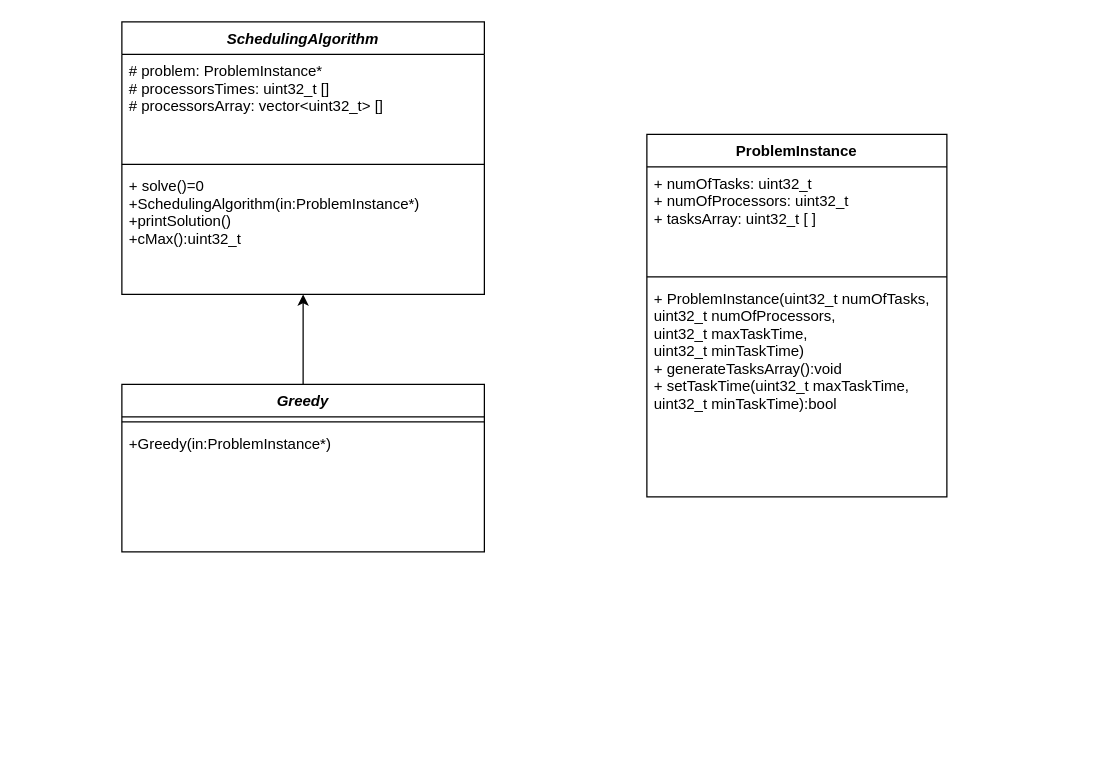
This is ClassDiagram.drawio from linek150/TasksSchedulingMetaheurystic, a draw.io file, before an edit. Source tidied: cells renumbered, new cells numbered last; positions are measured from the earlier drawing's top-left corner, leaving out a move shared by most shapes. Both pictures are drawn from the tidied source at 125%, with x=0, y=0 at pixel (121, 21).
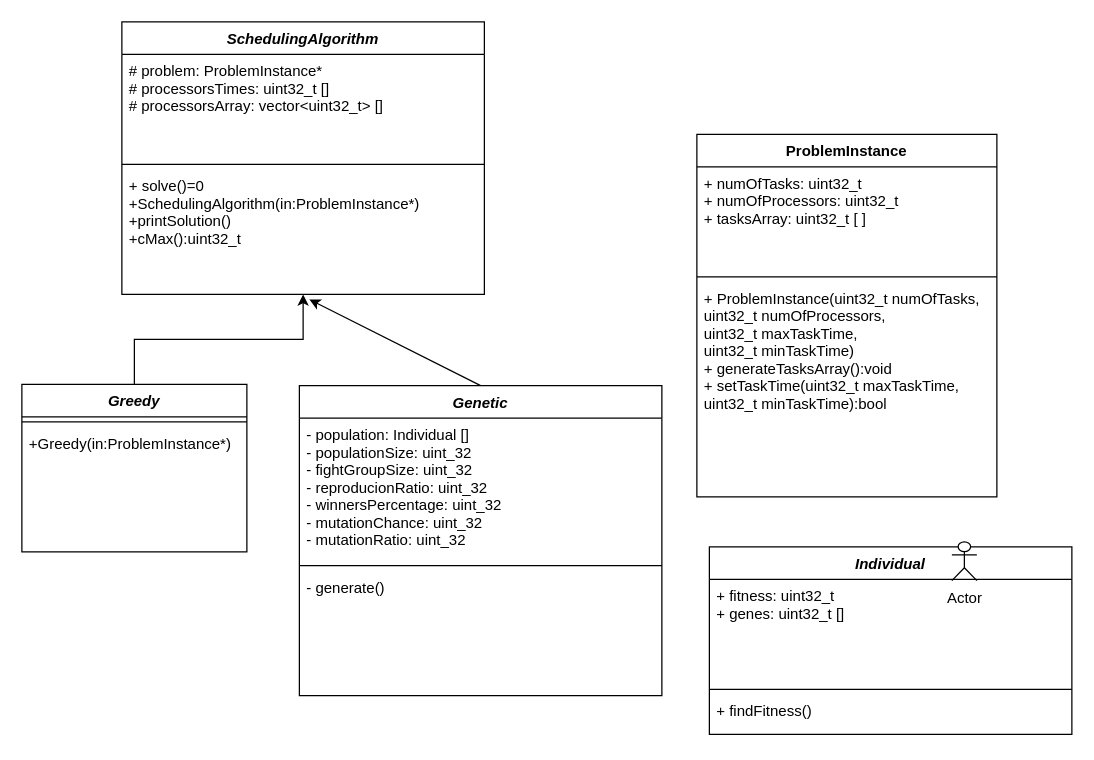
The same diagram, later.

Unchanged cells that the change refers to:
```xml
<mxCell id="9" value="+ solve()=0&#10;+SchedulingAlgorithm(in:ProblemInstance*)&#10;+printSolution()&#10;+cMax():uint32_t&#10;&#10;" style="text;strokeColor=none;fillColor=none;align=left;verticalAlign=top;spacingLeft=4;spacingRight=4;overflow=hidden;points=[[0,0.5],[1,0.5]];portConstraint=eastwest;fontStyle=0;" parent="6" vertex="1">
  <mxGeometry y="118" width="290" height="100" as="geometry" />
</mxCell>
```

The edit, as a diff of the source:
```diff
@@
-    <mxCell id="3" value="Greedy" style="swimlane;fontStyle=3;align=center;verticalAlign=top;horizontal=1;startSize=26;" parent="1" vertex="1">
-      <mxGeometry y="290" width="290" height="134" as="geometry" />
-    </mxCell>
-    <mxCell id="4" style="line;strokeWidth=1;fillColor=none;align=left;verticalAlign=middle;spacingTop=-1;spacingLeft=3;spacingRight=3;labelPosition=right;" parent="3" vertex="1">
-      <mxGeometry y="26" width="290" height="8" as="geometry" />
-    </mxCell>
-    <mxCell id="5" value="+Greedy(in:ProblemInstance*)" style="text;strokeColor=none;fillColor=none;align=left;verticalAlign=top;spacingLeft=4;spacingRight=4;overflow=hidden;fontStyle=0;" parent="3" vertex="1">
-      <mxGeometry y="34" width="290" height="100" as="geometry" />
-    </mxCell>
@@
     <mxCell id="10" value="ProblemInstance&#10;" style="swimlane;fontStyle=1;align=center;verticalAlign=top;horizontal=1;startSize=26;" parent="1" vertex="1">
-      <mxGeometry x="420" y="90" width="240" height="290" as="geometry" />
+      <mxGeometry x="460" y="90" width="240" height="290" as="geometry" />
     </mxCell>
@@
+    <mxCell id="3" value="Greedy" style="swimlane;fontStyle=3;align=center;verticalAlign=top;horizontal=1;startSize=26;" parent="1" vertex="1">
+      <mxGeometry x="-80" y="290" width="180" height="134" as="geometry" />
+    </mxCell>
+    <mxCell id="4" style="line;strokeWidth=1;fillColor=none;align=left;verticalAlign=middle;spacingTop=-1;spacingLeft=3;spacingRight=3;labelPosition=right;" parent="3" vertex="1">
+      <mxGeometry y="26" width="180" height="8" as="geometry" />
+    </mxCell>
+    <mxCell id="5" value="+Greedy(in:ProblemInstance*)" style="text;strokeColor=none;fillColor=none;align=left;verticalAlign=top;spacingLeft=4;spacingRight=4;overflow=hidden;fontStyle=0;" parent="3" vertex="1">
+      <mxGeometry y="34" width="180" height="100" as="geometry" />
+    </mxCell>
+    <mxCell id="14" value="Genetic" style="swimlane;fontStyle=3;align=center;verticalAlign=top;horizontal=1;startSize=26;" parent="1" vertex="1">
+      <mxGeometry x="142" y="291" width="290" height="248" as="geometry" />
+    </mxCell>
+    <mxCell id="15" value="- population: Individual []&#10;- populationSize: uint_32&#10;- fightGroupSize: uint_32&#10;- reproducionRatio: uint_32&#10;- winnersPercentage: uint_32&#10;- mutationChance: uint_32&#10;- mutationRatio: uint_32" style="text;strokeColor=none;fillColor=none;align=left;verticalAlign=top;spacingLeft=4;spacingRight=4;overflow=hidden;" parent="14" vertex="1">
+      <mxGeometry y="26" width="290" height="114" as="geometry" />
+    </mxCell>
+    <mxCell id="16" style="line;strokeWidth=1;fillColor=none;align=left;verticalAlign=middle;spacingTop=-1;spacingLeft=3;spacingRight=3;labelPosition=right;" parent="14" vertex="1">
+      <mxGeometry y="140" width="290" height="8" as="geometry" />
+    </mxCell>
+    <mxCell id="17" value="- generate()&#10;" style="text;strokeColor=none;fillColor=none;align=left;verticalAlign=top;spacingLeft=4;spacingRight=4;overflow=hidden;fontStyle=0;" parent="14" vertex="1">
+      <mxGeometry y="148" width="290" height="100" as="geometry" />
+    </mxCell>
+    <mxCell id="18" style="endArrow=classic;html=1;exitX=0.5;exitY=0;exitDx=0;exitDy=0;entryX=0.517;entryY=1.04;entryDx=0;entryDy=0;entryPerimeter=0;" parent="1" edge="1" source="14" target="9">
+      <mxGeometry relative="1" as="geometry" />
+    </mxCell>
+    <mxCell id="19" value="Individual" style="swimlane;fontStyle=3;align=center;verticalAlign=top;horizontal=1;startSize=26;" parent="1" vertex="1">
+      <mxGeometry x="470" y="420" width="290" height="150" as="geometry" />
+    </mxCell>
+    <mxCell id="20" value="+ fitness: uint32_t&#10;+ genes: uint32_t []&#10;" style="text;strokeColor=none;fillColor=none;align=left;verticalAlign=top;spacingLeft=4;spacingRight=4;overflow=hidden;" parent="19" vertex="1">
+      <mxGeometry y="26" width="290" height="84" as="geometry" />
+    </mxCell>
+    <mxCell id="21" style="line;strokeWidth=1;fillColor=none;align=left;verticalAlign=middle;spacingTop=-1;spacingLeft=3;spacingRight=3;labelPosition=right;" parent="19" vertex="1">
+      <mxGeometry y="110" width="290" height="8" as="geometry" />
+    </mxCell>
+    <mxCell id="22" value="+ findFitness()&#10;&#10;" style="text;strokeColor=none;fillColor=none;align=left;verticalAlign=top;spacingLeft=4;spacingRight=4;overflow=hidden;fontStyle=0;" parent="19" vertex="1">
+      <mxGeometry y="118" width="290" height="32" as="geometry" />
+    </mxCell>
+    <mxCell id="23" value="Actor" style="shape=umlActor;verticalLabelPosition=bottom;verticalAlign=top;html=1;" parent="1" vertex="1">
+      <mxGeometry x="664" y="416" width="20" height="31" as="geometry" />
+    </mxCell>
```
